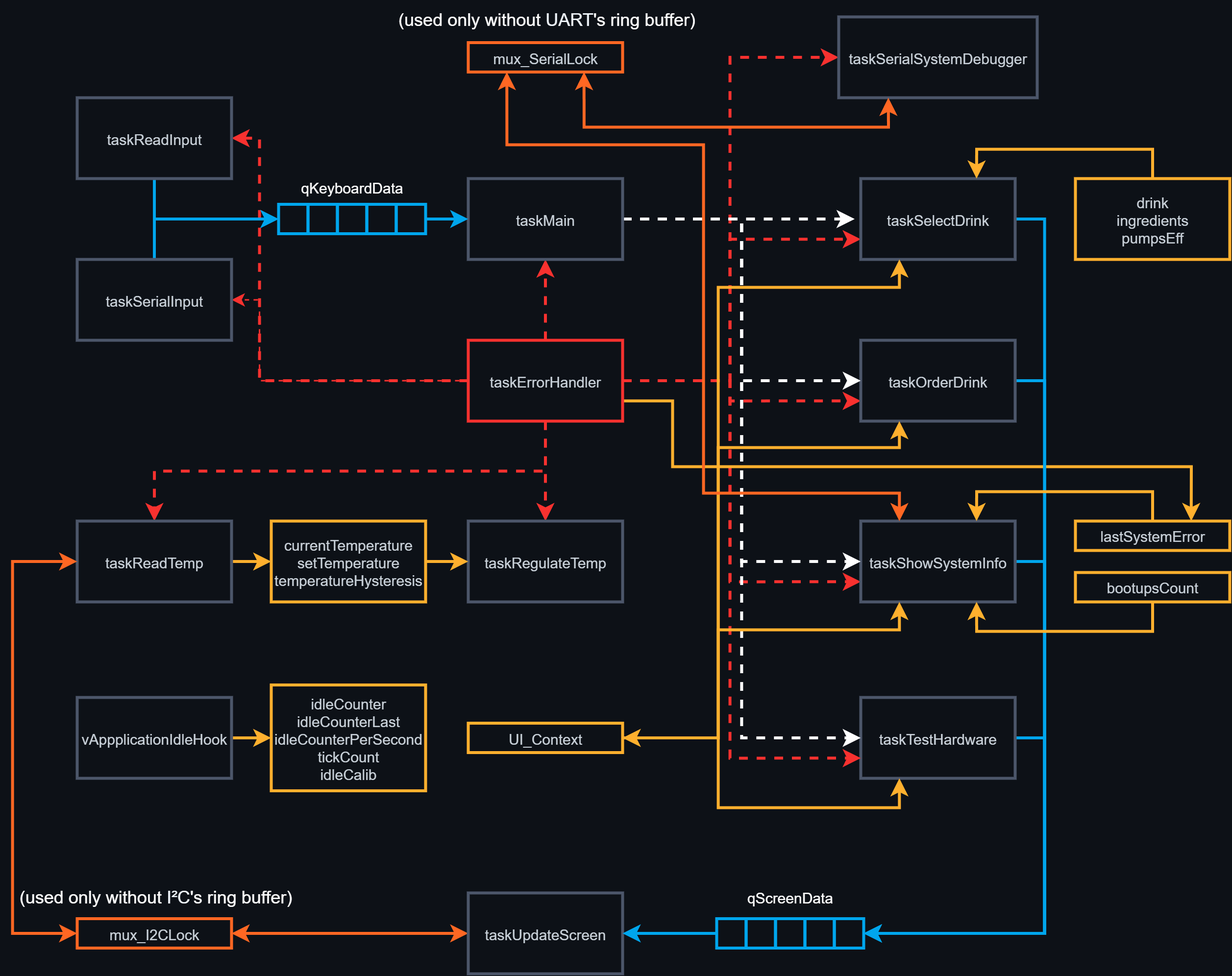
Before: Media/DataFlowDiagram.png, a diagram exported from draw.io (alan-kudelko/DrinkCreator6000). Source tidied: cells renumbered, new cells last; positions are measured from the earlier drawing's top-left corner, leaving out a move shared by most shapes.
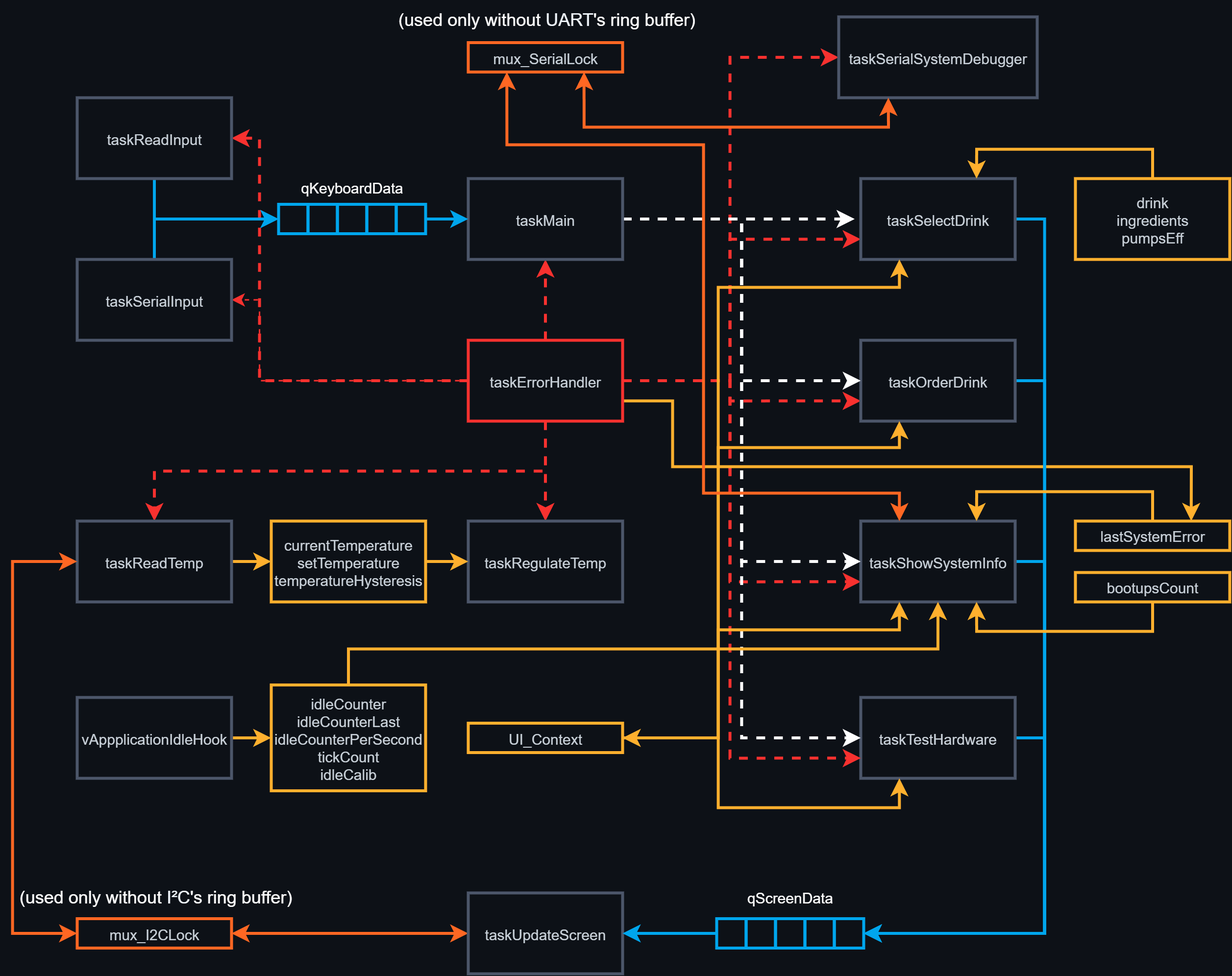
Above is the later version.

What changed in the source:
```diff
@@ -210,6 +210,14 @@
     <mxCell id="48" value="vAppplicationIdleHook" style="rounded=0;whiteSpace=wrap;html=1;fontSize=10;align=center;glass=0;shadow=0;strokeWidth=2;perimeterSpacing=0;strokeColor=#4C566A;fillColor=none;fontColor=#C9D1D9;verticalAlign=middle;spacingLeft=0;spacingTop=0;fontFamily=Helvetica;" parent="1" vertex="1">
       <mxGeometry x="49" y="474" width="105" height="55" as="geometry" />
     </mxCell>
+    <mxCell id="74" style="edgeStyle=orthogonalEdgeStyle;rounded=0;jettySize=auto;html=1;entryX=0.5;entryY=1;entryDx=0;entryDy=0;strokeColor=#FFB02E;strokeWidth=2;" parent="1" edge="1" source="49" target="26">
+      <mxGeometry relative="1" as="geometry">
+        <Array as="points">
+          <mxPoint x="234" y="441" />
+          <mxPoint x="634" y="441" />
+        </Array>
+      </mxGeometry>
+    </mxCell>
     <mxCell id="49" value="idleCounter&lt;div&gt;idleCounterLast&lt;/div&gt;&lt;div&gt;idleCounterPerSecond&lt;/div&gt;&lt;div&gt;tickCount&lt;/div&gt;&lt;div&gt;idleCalib&lt;/div&gt;" style="rounded=0;whiteSpace=wrap;html=1;fontSize=10;align=center;glass=0;shadow=0;strokeWidth=2;perimeterSpacing=0;strokeColor=#FFB02E;fillColor=none;fontColor=#C9D1D9;verticalAlign=middle;spacingLeft=0;spacingTop=0;fontFamily=Helvetica;" parent="1" vertex="1">
       <mxGeometry x="181" y="465.5" width="105" height="72" as="geometry" />
     </mxCell>
```
